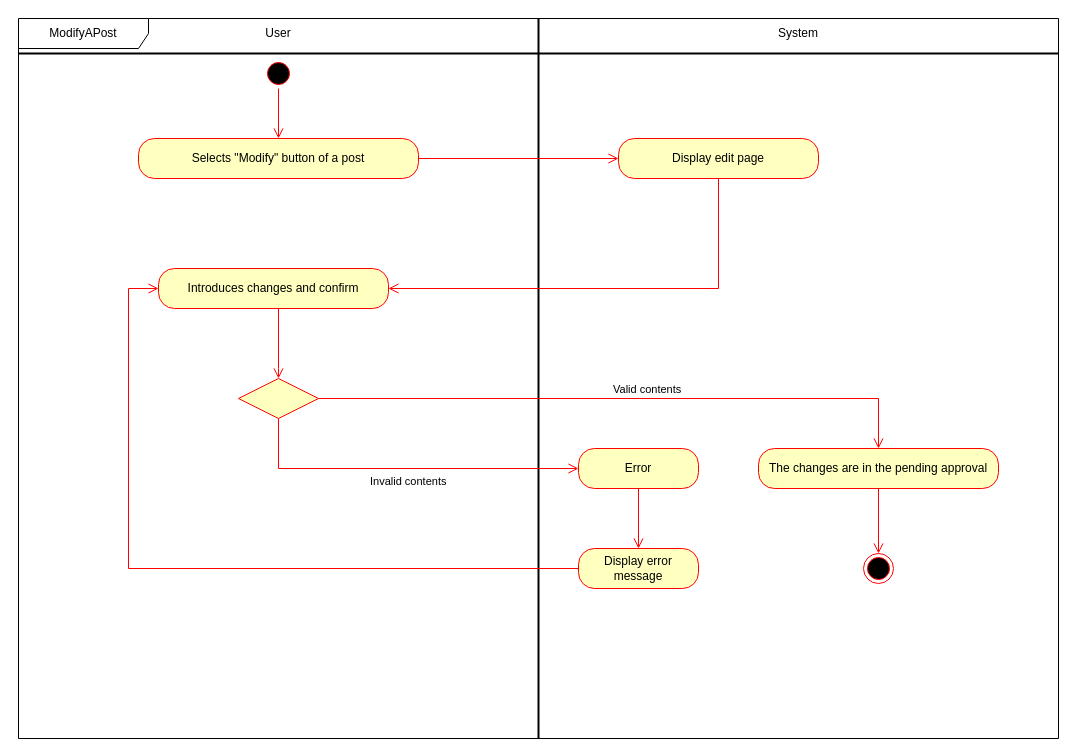
Earlier version of the draw.io diagram page "ModifyAPost" (4 of 4) of User.drawio (matteovisotto/SE2-CecchettoSirianiVisotto). Source tidied: cells renumbered, new cells numbered last; positions are measured from the earlier drawing's top-left corner, leaving out a move shared by most shapes. Both pictures are drawn from the tidied source at 100%, with x=0, y=0 at pixel (18, 18).
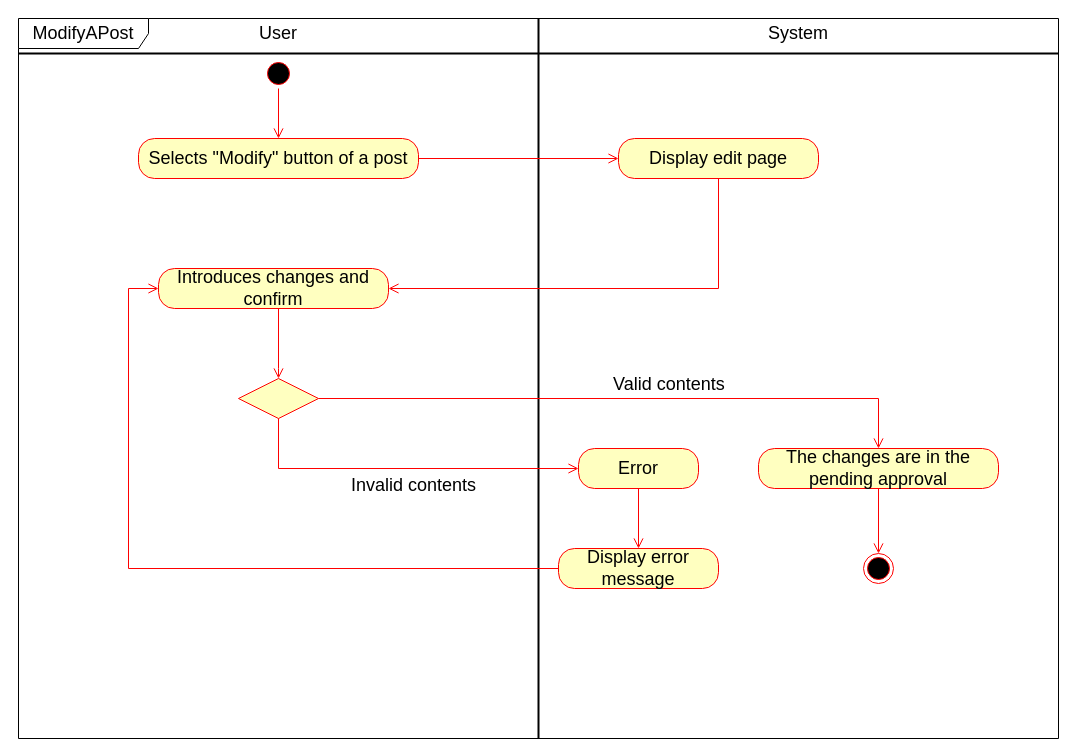
The same diagram, later.

The change refers to these unchanged cells:
```xml
<mxCell id="18" style="rhombus;whiteSpace=wrap;html=1;fillColor=#ffffc0;strokeColor=#ff0000;" parent="1" vertex="1">
  <mxGeometry x="220" y="360" width="80" height="40" as="geometry" />
</mxCell>
```

Change to the diagram source:
```diff
@@
-    <mxCell id="2" value="ModifyAPost" style="shape=umlFrame;whiteSpace=wrap;html=1;width=130;height=30;" parent="1" vertex="1">
+    <mxCell id="2" value="&lt;font style=&quot;font-size: 18px&quot;&gt;ModifyAPost&lt;/font&gt;" style="shape=umlFrame;whiteSpace=wrap;html=1;width=130;height=30;" parent="1" vertex="1">
       <mxGeometry width="1040" height="720" as="geometry" />
     </mxCell>
@@
-    <mxCell id="6" value="Introduces changes and confirm" style="rounded=1;whiteSpace=wrap;html=1;arcSize=40;fontColor=#000000;fillColor=#ffffc0;strokeColor=#ff0000;" parent="1" vertex="1">
+    <mxCell id="6" value="&lt;font style=&quot;font-size: 18px&quot;&gt;Introduces changes and confirm&lt;/font&gt;" style="rounded=1;whiteSpace=wrap;html=1;arcSize=40;fontColor=#000000;fillColor=#ffffc0;strokeColor=#ff0000;" parent="1" vertex="1">
       <mxGeometry x="140" y="250" width="230" height="40" as="geometry" />
     </mxCell>
@@
-    <mxCell id="10" value="User" style="text;html=1;strokeColor=none;fillColor=none;align=center;verticalAlign=middle;whiteSpace=wrap;rounded=0;" parent="1" vertex="1">
+    <mxCell id="10" value="&lt;font style=&quot;font-size: 18px&quot;&gt;User&lt;/font&gt;" style="text;html=1;strokeColor=none;fillColor=none;align=center;verticalAlign=middle;whiteSpace=wrap;rounded=0;" parent="1" vertex="1">
       <mxGeometry x="205" width="110" height="30" as="geometry" />
     </mxCell>
-    <mxCell id="11" value="System" style="text;html=1;strokeColor=none;fillColor=none;align=center;verticalAlign=middle;whiteSpace=wrap;rounded=0;" parent="1" vertex="1">
+    <mxCell id="11" value="&lt;font style=&quot;font-size: 18px&quot;&gt;System&lt;/font&gt;" style="text;html=1;strokeColor=none;fillColor=none;align=center;verticalAlign=middle;whiteSpace=wrap;rounded=0;" parent="1" vertex="1">
       <mxGeometry x="750" width="60" height="30" as="geometry" />
     </mxCell>
-    <mxCell id="12" value="Selects &quot;Modify&quot; button of a post" style="rounded=1;whiteSpace=wrap;html=1;arcSize=40;fontColor=#000000;fillColor=#ffffc0;strokeColor=#ff0000;" parent="1" vertex="1">
+    <mxCell id="12" value="&lt;font style=&quot;font-size: 18px&quot;&gt;Selects &quot;Modify&quot; button of a post&lt;/font&gt;" style="rounded=1;whiteSpace=wrap;html=1;arcSize=40;fontColor=#000000;fillColor=#ffffc0;strokeColor=#ff0000;" parent="1" vertex="1">
       <mxGeometry x="120" y="120" width="280" height="40" as="geometry" />
     </mxCell>
@@
-    <mxCell id="14" value="Display edit page" style="rounded=1;whiteSpace=wrap;html=1;arcSize=40;fontColor=#000000;fillColor=#ffffc0;strokeColor=#ff0000;" parent="1" vertex="1">
+    <mxCell id="14" value="&lt;font style=&quot;font-size: 18px&quot;&gt;Display edit page&lt;/font&gt;" style="rounded=1;whiteSpace=wrap;html=1;arcSize=40;fontColor=#000000;fillColor=#ffffc0;strokeColor=#ff0000;" parent="1" vertex="1">
       <mxGeometry x="600" y="120" width="200" height="40" as="geometry" />
     </mxCell>
@@
-    <mxCell id="16" value="The changes are in the pending approval" style="rounded=1;whiteSpace=wrap;html=1;arcSize=40;fontColor=#000000;fillColor=#ffffc0;strokeColor=#ff0000;" parent="1" vertex="1">
+    <mxCell id="16" value="&lt;font style=&quot;font-size: 18px&quot;&gt;The changes are in the pending approval&lt;/font&gt;" style="rounded=1;whiteSpace=wrap;html=1;arcSize=40;fontColor=#000000;fillColor=#ffffc0;strokeColor=#ff0000;" parent="1" vertex="1">
       <mxGeometry x="740" y="430" width="240" height="40" as="geometry" />
     </mxCell>
@@
-    <mxCell id="19" value="Valid contents" style="edgeStyle=orthogonalEdgeStyle;html=1;align=left;verticalAlign=bottom;endArrow=open;endSize=8;strokeColor=#ff0000;rounded=0;" parent="1" edge="1" source="18" target="16">
+    <mxCell id="19" value="&lt;font style=&quot;font-size: 18px&quot;&gt;Valid contents&lt;/font&gt;" style="edgeStyle=orthogonalEdgeStyle;html=1;align=left;verticalAlign=bottom;endArrow=open;endSize=8;strokeColor=#ff0000;rounded=0;" parent="1" edge="1" source="18" target="16">
       <mxGeometry x="-0.04" relative="1" as="geometry" />
     </mxCell>
-    <mxCell id="20" value="Invalid contents" style="edgeStyle=orthogonalEdgeStyle;html=1;align=left;verticalAlign=top;endArrow=open;endSize=8;strokeColor=#ff0000;rounded=0;" parent="1" edge="1" source="18" target="21">
-      <mxGeometry x="-0.2" relative="1" as="geometry">
+    <mxCell id="20" value="&lt;font style=&quot;font-size: 18px&quot;&gt;Invalid contents&lt;/font&gt;" style="edgeStyle=orthogonalEdgeStyle;html=1;align=left;verticalAlign=top;endArrow=open;endSize=8;strokeColor=#ff0000;rounded=0;" parent="1" edge="1" source="18" target="21">
+      <mxGeometry x="-0.31" relative="1" as="geometry">
         <Array as="points">
           <mxPoint x="260" y="450" />
         </Array>
       </mxGeometry>
     </mxCell>
-    <mxCell id="21" value="Error" style="rounded=1;whiteSpace=wrap;html=1;arcSize=40;fontColor=#000000;fillColor=#ffffc0;strokeColor=#ff0000;" parent="1" vertex="1">
+    <mxCell id="21" value="&lt;font style=&quot;font-size: 18px&quot;&gt;Error&lt;/font&gt;" style="rounded=1;whiteSpace=wrap;html=1;arcSize=40;fontColor=#000000;fillColor=#ffffc0;strokeColor=#ff0000;" parent="1" vertex="1">
       <mxGeometry x="560" y="430" width="120" height="40" as="geometry" />
     </mxCell>
@@
-    <mxCell id="23" value="Display error message" style="rounded=1;whiteSpace=wrap;html=1;arcSize=40;fontColor=#000000;fillColor=#ffffc0;strokeColor=#ff0000;" parent="1" vertex="1">
-      <mxGeometry x="560" y="530" width="120" height="40" as="geometry" />
+    <mxCell id="23" value="&lt;font style=&quot;font-size: 18px&quot;&gt;Display error message&lt;/font&gt;" style="rounded=1;whiteSpace=wrap;html=1;arcSize=40;fontColor=#000000;fillColor=#ffffc0;strokeColor=#ff0000;" parent="1" vertex="1">
+      <mxGeometry x="540" y="530" width="160" height="40" as="geometry" />
     </mxCell>
```
